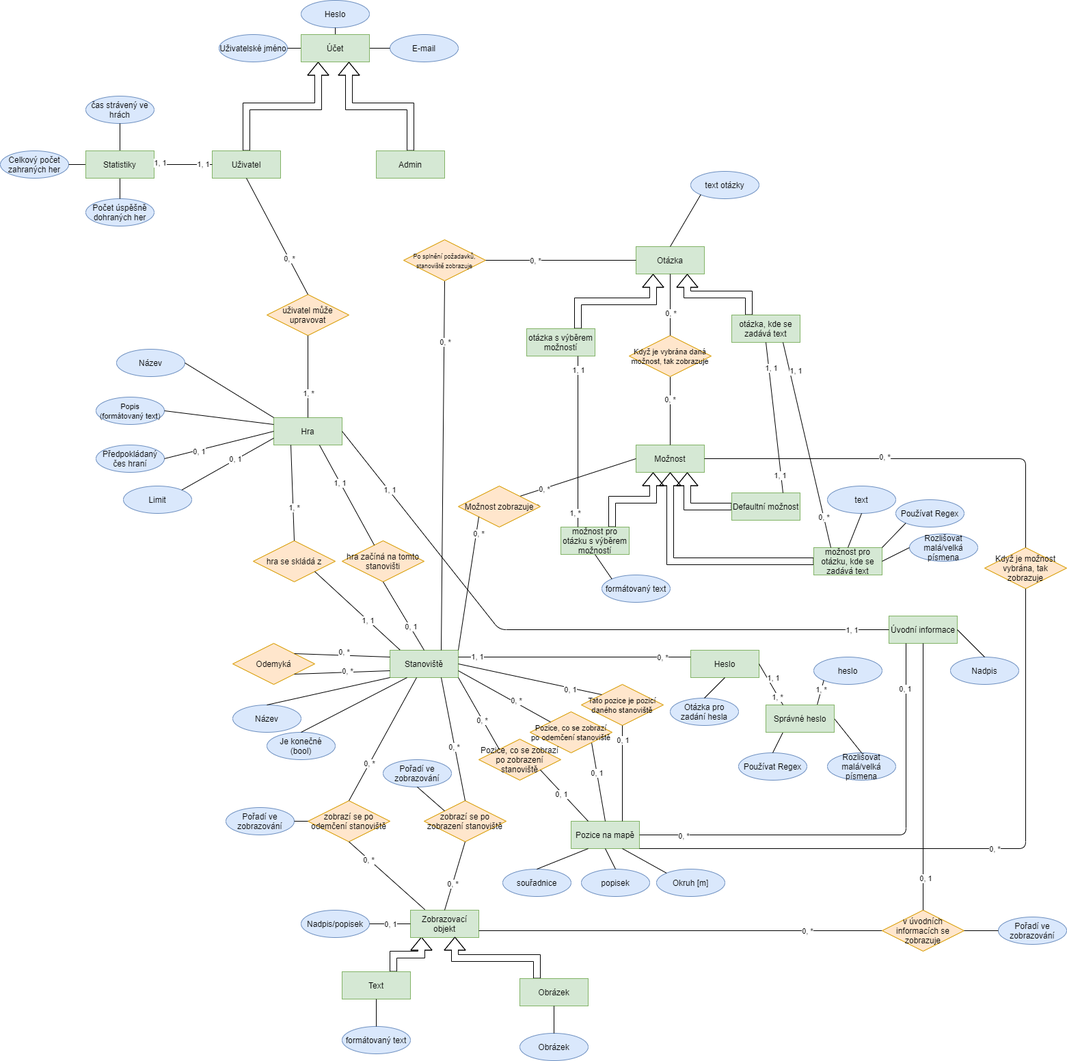
The draw.io diagram ER projekt SemPrg Jan Slíva.png in Jan-Sliva/Project_mobile_app, before a commit. Source tidied: cells renumbered, new cells last; positions are measured from the earlier drawing's top-left corner, leaving out a move shared by most shapes.
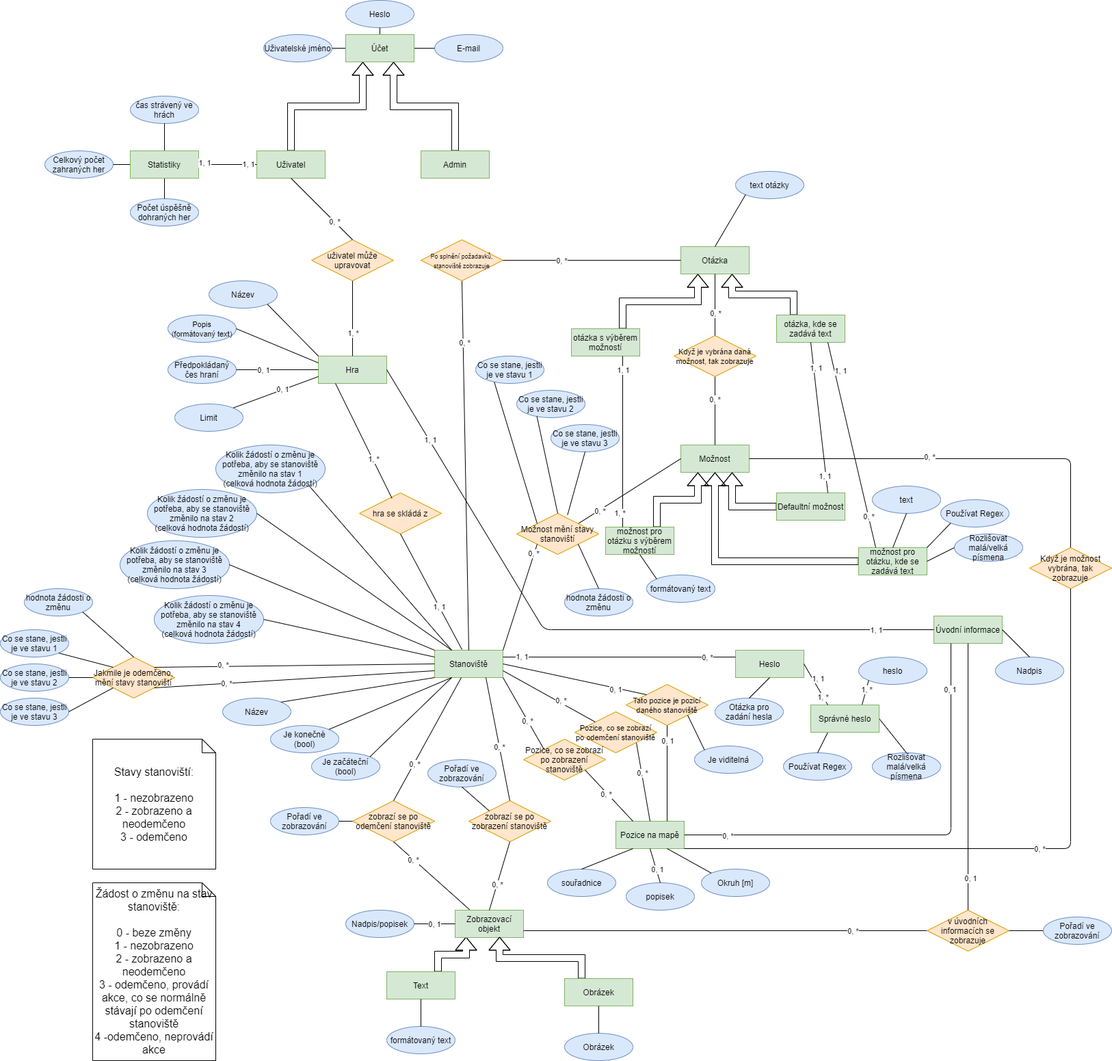
The same diagram one commit later.

Diff of the diagram source:
```diff
@@ -5,3 +5,3 @@
     <mxCell id="2" value="Hra" style="whiteSpace=wrap;html=1;align=center;fillColor=#d5e8d4;strokeColor=#82b366;" parent="1" vertex="1">
-      <mxGeometry x="400" y="610" width="100" height="40" as="geometry" />
+      <mxGeometry x="400" y="520" width="100" height="40" as="geometry" />
     </mxCell>
@@ -74,12 +74,9 @@
     <mxCell id="25" value="uživatel může upravovat" style="shape=rhombus;perimeter=rhombusPerimeter;whiteSpace=wrap;html=1;align=center;fillColor=#ffe6cc;strokeColor=#d79b00;" parent="1" vertex="1">
-      <mxGeometry x="390" y="430" width="120" height="60" as="geometry" />
+      <mxGeometry x="390" y="350" width="120" height="60" as="geometry" />
     </mxCell>
     <mxCell id="26" value="hra se skládá z" style="shape=rhombus;perimeter=rhombusPerimeter;whiteSpace=wrap;html=1;align=center;fillColor=#ffe6cc;strokeColor=#d79b00;" parent="1" vertex="1">
-      <mxGeometry x="370" y="790" width="120" height="60" as="geometry" />
+      <mxGeometry x="460" y="720" width="120" height="60" as="geometry" />
     </mxCell>
-    <mxCell id="27" value="hra začíná na tomto stanovišti" style="shape=rhombus;perimeter=rhombusPerimeter;whiteSpace=wrap;html=1;align=center;fillColor=#ffe6cc;strokeColor=#d79b00;" parent="1" vertex="1">
-      <mxGeometry x="500" y="790" width="120" height="60" as="geometry" />
-    </mxCell>
-    <mxCell id="28" value="Odemyká" style="shape=rhombus;perimeter=rhombusPerimeter;whiteSpace=wrap;html=1;align=center;fillColor=#ffe6cc;strokeColor=#d79b00;" parent="1" vertex="1">
-      <mxGeometry x="340" y="940" width="120" height="60" as="geometry" />
+    <mxCell id="28" value="Jakmile je odemčeno, mění stavy stanoviští" style="shape=rhombus;perimeter=rhombusPerimeter;whiteSpace=wrap;html=1;align=center;fillColor=#ffe6cc;strokeColor=#d79b00;" parent="1" vertex="1">
+      <mxGeometry x="70" y="960" width="120" height="60" as="geometry" />
     </mxCell>
@@ -91,3 +88,3 @@
     </mxCell>
-    <mxCell id="31" style="endArrow=none;html=1;exitX=0.5;exitY=0;exitDx=0;exitDy=0;entryX=0.25;entryY=1;entryDx=0;entryDy=0;" parent="1" edge="1" source="26" target="2">
+    <mxCell id="31" style="endArrow=none;html=1;exitX=0.397;exitY=0.132;exitDx=0;exitDy=0;entryX=0.25;entryY=1;entryDx=0;entryDy=0;exitPerimeter=0;" parent="1" edge="1" source="26" target="2">
       <mxGeometry relative="1" as="geometry" />
@@ -97,10 +94,6 @@
     </mxCell>
-    <mxCell id="33" style="endArrow=none;html=1;entryX=0.669;entryY=1.003;entryDx=0;entryDy=0;entryPerimeter=0;" parent="1" edge="1" source="27" target="2">
-      <mxGeometry relative="1" as="geometry" />
-    </mxCell>
-    <mxCell id="34" value="1, 1" style="edgeLabel;html=1;align=center;verticalAlign=middle;" parent="33" vertex="1">
-      <mxGeometry x="0.24" y="1" relative="1" as="geometry" />
-    </mxCell>
-    <mxCell id="35" style="endArrow=none;html=1;entryX=1;entryY=1;entryDx=0;entryDy=0;exitX=0.145;exitY=-0.014;exitDx=0;exitDy=0;exitPerimeter=0;" parent="1" edge="1" source="3" target="26">
-      <mxGeometry relative="1" as="geometry" />
+    <mxCell id="35" style="endArrow=none;html=1;entryX=0.5;entryY=1;entryDx=0;entryDy=0;" parent="1" edge="1" target="26">
+      <mxGeometry relative="1" as="geometry">
+        <mxPoint x="610" y="949" as="sourcePoint" />
+      </mxGeometry>
     </mxCell>
@@ -109,8 +102,2 @@
     </mxCell>
-    <mxCell id="37" style="endArrow=none;html=1;exitX=0.5;exitY=0;exitDx=0;exitDy=0;entryX=0.5;entryY=1;entryDx=0;entryDy=0;" parent="1" edge="1" source="3" target="27">
-      <mxGeometry relative="1" as="geometry" />
-    </mxCell>
-    <mxCell id="38" value="0, 1" style="edgeLabel;html=1;align=center;verticalAlign=middle;" parent="37" vertex="1">
-      <mxGeometry x="-0.31" y="-1" relative="1" as="geometry" />
-    </mxCell>
     <mxCell id="39" value="Úvodní informace" style="whiteSpace=wrap;html=1;align=center;fillColor=#d5e8d4;strokeColor=#82b366;" parent="1" vertex="1">
@@ -141,3 +128,3 @@
     </mxCell>
-    <mxCell id="45" style="endArrow=none;html=1;entryX=0;entryY=0.25;entryDx=0;entryDy=0;exitX=1;exitY=0;exitDx=0;exitDy=0;" parent="1" edge="1" source="28" target="3">
+    <mxCell id="45" style="endArrow=none;html=1;entryX=0;entryY=0.5;entryDx=0;entryDy=0;exitX=1;exitY=0;exitDx=0;exitDy=0;" parent="1" edge="1" source="28" target="3">
       <mxGeometry relative="1" as="geometry" />
@@ -178,3 +165,3 @@
     </mxCell>
-    <mxCell id="54" style="endArrow=none;html=1;entryX=0.75;entryY=0;entryDx=0;entryDy=0;exitX=0.5;exitY=1;exitDx=0;exitDy=0;" parent="1" edge="1" source="74" target="3">
+    <mxCell id="54" style="endArrow=none;html=1;entryX=0.5;entryY=0;entryDx=0;entryDy=0;exitX=0.5;exitY=1;exitDx=0;exitDy=0;" parent="1" edge="1" source="74" target="3">
       <mxGeometry relative="1" as="geometry" />
@@ -224,7 +211,2 @@
     </mxCell>
-    <mxCell id="66" value="0, *" style="edgeLabel;html=1;align=center;verticalAlign=middle;" parent="65" vertex="1">
-      <mxGeometry x="-0.22" y="1" relative="1" as="geometry">
-        <mxPoint x="-84.2" y="48.2" as="offset" />
-      </mxGeometry>
-    </mxCell>
     <mxCell id="67" value="0, *" style="edgeLabel;html=1;align=center;verticalAlign=middle;" parent="65" vertex="1">
@@ -232,4 +214,4 @@
     </mxCell>
-    <mxCell id="68" value="Možnost zobrazuje" style="shape=rhombus;perimeter=rhombusPerimeter;whiteSpace=wrap;html=1;align=center;fillColor=#ffe6cc;strokeColor=#d79b00;" parent="1" vertex="1">
-      <mxGeometry x="670" y="710" width="120" height="60" as="geometry" />
+    <mxCell id="68" value="Možnost mění stavy stanoviští" style="shape=rhombus;perimeter=rhombusPerimeter;whiteSpace=wrap;html=1;align=center;fillColor=#ffe6cc;strokeColor=#d79b00;" parent="1" vertex="1">
+      <mxGeometry x="690" y="750" width="120" height="60" as="geometry" />
     </mxCell>
@@ -253,3 +235,3 @@
     <mxCell id="74" value="&lt;font style=&quot;font-size: 9px&quot;&gt;Po splnění požadavků, stanoviště zobrazuje&lt;/font&gt;" style="shape=rhombus;perimeter=rhombusPerimeter;whiteSpace=wrap;html=1;align=center;fillColor=#ffe6cc;strokeColor=#d79b00;" parent="1" vertex="1">
-      <mxGeometry x="590" y="350" width="120" height="60" as="geometry" />
+      <mxGeometry x="550" y="350" width="120" height="60" as="geometry" />
     </mxCell>
@@ -270,9 +252,9 @@
     <mxCell id="79" value="Název" style="ellipse;whiteSpace=wrap;html=1;align=center;fillColor=#dae8fc;strokeColor=#6c8ebf;" parent="1" vertex="1">
-      <mxGeometry x="170" y="510" width="100" height="40" as="geometry" />
+      <mxGeometry x="240" y="410" width="100" height="40" as="geometry" />
     </mxCell>
     <mxCell id="80" value="Limit" style="ellipse;whiteSpace=wrap;html=1;align=center;fillColor=#dae8fc;strokeColor=#6c8ebf;" parent="1" vertex="1">
-      <mxGeometry x="180" y="710" width="100" height="40" as="geometry" />
+      <mxGeometry x="190" y="590" width="100" height="40" as="geometry" />
     </mxCell>
     <mxCell id="81" value="Název" style="ellipse;whiteSpace=wrap;html=1;align=center;fillColor=#dae8fc;strokeColor=#6c8ebf;" parent="1" vertex="1">
-      <mxGeometry x="340" y="1030" width="100" height="40" as="geometry" />
+      <mxGeometry x="260" y="1020" width="100" height="40" as="geometry" />
     </mxCell>
@@ -306,3 +288,3 @@
     <mxCell id="91" value="popisek" style="ellipse;whiteSpace=wrap;html=1;align=center;fillColor=#dae8fc;strokeColor=#6c8ebf;" parent="1" vertex="1">
-      <mxGeometry x="850" y="1270" width="100" height="40" as="geometry" />
+      <mxGeometry x="850" y="1290" width="100" height="40" as="geometry" />
     </mxCell>
@@ -344,3 +326,3 @@
     </mxCell>
-    <mxCell id="104" style="endArrow=none;html=1;entryX=0;entryY=0;entryDx=0;entryDy=0;exitX=1;exitY=0.5;exitDx=0;exitDy=0;" parent="1" edge="1" source="79" target="2">
+    <mxCell id="104" style="endArrow=none;html=1;entryX=0;entryY=0;entryDx=0;entryDy=0;exitX=1;exitY=1;exitDx=0;exitDy=0;" parent="1" edge="1" source="79" target="2">
       <mxGeometry relative="1" as="geometry" />
@@ -353,3 +335,3 @@
     </mxCell>
-    <mxCell id="107" style="endArrow=none;html=1;entryX=0;entryY=1;entryDx=0;entryDy=0;exitX=0.5;exitY=0;exitDx=0;exitDy=0;" parent="1" edge="1" source="81" target="3">
+    <mxCell id="107" style="endArrow=none;html=1;entryX=0;entryY=1;entryDx=0;entryDy=0;exitX=1;exitY=0;exitDx=0;exitDy=0;" parent="1" edge="1" source="81" target="3">
       <mxGeometry relative="1" as="geometry" />
@@ -374,2 +356,7 @@
     </mxCell>
+    <mxCell id="38" value="0, 1" style="edgeLabel;html=1;align=center;verticalAlign=middle;" parent="113" vertex="1">
+      <mxGeometry x="-0.43" y="-1" relative="1" as="geometry">
+        <mxPoint x="-1.6" y="-5.3" as="offset" />
+      </mxGeometry>
+    </mxCell>
     <mxCell id="114" style="endArrow=none;html=1;entryX=0.5;entryY=1;entryDx=0;entryDy=0;exitX=0.5;exitY=0;exitDx=0;exitDy=0;" parent="1" edge="1" source="83" target="5">
@@ -401,5 +388,5 @@
     <mxCell id="122" value="Je konečné&lt;br&gt;(bool)" style="ellipse;whiteSpace=wrap;html=1;align=center;fillColor=#dae8fc;strokeColor=#6c8ebf;" parent="1" vertex="1">
-      <mxGeometry x="390" y="1070" width="100" height="40" as="geometry" />
+      <mxGeometry x="330" y="1060" width="100" height="40" as="geometry" />
     </mxCell>
-    <mxCell id="123" style="endArrow=none;html=1;exitX=0.5;exitY=0;exitDx=0;exitDy=0;entryX=0.25;entryY=1;entryDx=0;entryDy=0;" parent="1" edge="1" source="122" target="3">
+    <mxCell id="123" style="endArrow=none;html=1;exitX=1;exitY=0;exitDx=0;exitDy=0;entryX=0.25;entryY=1;entryDx=0;entryDy=0;" parent="1" edge="1" source="122" target="3">
       <mxGeometry relative="1" as="geometry" />
@@ -407,6 +394,6 @@
     <mxCell id="124" value="Předpokládaný čes hraní" style="ellipse;whiteSpace=wrap;html=1;align=center;fillColor=#dae8fc;strokeColor=#6c8ebf;" parent="1" vertex="1">
-      <mxGeometry x="140" y="650" width="100" height="40" as="geometry" />
+      <mxGeometry x="180" y="520" width="100" height="40" as="geometry" />
     </mxCell>
     <mxCell id="125" value="&lt;font style=&quot;font-size: 11px&quot;&gt;Popis&lt;br&gt;(formátovaný text)&lt;/font&gt;" style="ellipse;whiteSpace=wrap;html=1;align=center;fillColor=#dae8fc;strokeColor=#6c8ebf;" parent="1" vertex="1">
-      <mxGeometry x="140" y="580" width="100" height="40" as="geometry" />
+      <mxGeometry x="180" y="460" width="100" height="40" as="geometry" />
     </mxCell>
@@ -549,3 +536,3 @@
     </mxCell>
-    <mxCell id="165" value="0, 1" style="edgeLabel;html=1;align=center;verticalAlign=middle;" parent="164" vertex="1">
+    <mxCell id="165" value="0, *" style="edgeLabel;html=1;align=center;verticalAlign=middle;" parent="164" vertex="1">
       <mxGeometry x="0.23" relative="1" as="geometry" />
@@ -575,3 +562,3 @@
     </mxCell>
-    <mxCell id="173" value="0, 1" style="edgeLabel;html=1;align=center;verticalAlign=middle;" parent="172" vertex="1">
+    <mxCell id="173" value="0, *" style="edgeLabel;html=1;align=center;verticalAlign=middle;" parent="172" vertex="1">
       <mxGeometry x="-0.29" y="-2" relative="1" as="geometry">
@@ -637,2 +624,95 @@
     </mxCell>
+    <mxCell id="193" value="Je viditelná" style="ellipse;whiteSpace=wrap;html=1;align=center;fillColor=#dae8fc;strokeColor=#6c8ebf;" parent="1" vertex="1">
+      <mxGeometry x="950" y="1090" width="100" height="40" as="geometry" />
+    </mxCell>
+    <mxCell id="194" style="endArrow=none;html=1;exitX=1;exitY=1;exitDx=0;exitDy=0;entryX=0;entryY=0;entryDx=0;entryDy=0;" parent="1" edge="1" source="159" target="193">
+      <mxGeometry relative="1" as="geometry" />
+    </mxCell>
+    <mxCell id="195" value="Co se stane, jestli je ve stavu 1" style="ellipse;whiteSpace=wrap;html=1;align=center;fillColor=#dae8fc;strokeColor=#6c8ebf;" parent="1" vertex="1">
+      <mxGeometry x="-65" y="920" width="100" height="40" as="geometry" />
+    </mxCell>
+    <mxCell id="196" style="endArrow=none;html=1;exitX=0;exitY=0.5;exitDx=0;exitDy=0;entryX=1;entryY=0.5;entryDx=0;entryDy=0;" parent="1" edge="1" source="28" target="198">
+      <mxGeometry relative="1" as="geometry" />
+    </mxCell>
+    <mxCell id="197" style="endArrow=none;html=1;exitX=0;exitY=0;exitDx=0;exitDy=0;entryX=1;entryY=1;entryDx=0;entryDy=0;" parent="1" edge="1" source="28" target="195">
+      <mxGeometry relative="1" as="geometry" />
+    </mxCell>
+    <mxCell id="198" value="Co se stane, jestli je ve stavu 2" style="ellipse;whiteSpace=wrap;html=1;align=center;fillColor=#dae8fc;strokeColor=#6c8ebf;" parent="1" vertex="1">
+      <mxGeometry x="-65" y="970" width="100" height="40" as="geometry" />
+    </mxCell>
+    <mxCell id="199" value="Co se stane, jestli je ve stavu 3" style="ellipse;whiteSpace=wrap;html=1;align=center;fillColor=#dae8fc;strokeColor=#6c8ebf;" parent="1" vertex="1">
+      <mxGeometry x="-65" y="1020" width="100" height="40" as="geometry" />
+    </mxCell>
+    <mxCell id="200" style="endArrow=none;html=1;exitX=1;exitY=0.5;exitDx=0;exitDy=0;entryX=0;entryY=1;entryDx=0;entryDy=0;" parent="1" edge="1" source="199" target="28">
+      <mxGeometry relative="1" as="geometry" />
+    </mxCell>
+    <mxCell id="201" value="Co se stane, jestli je ve stavu 1" style="ellipse;whiteSpace=wrap;html=1;align=center;fillColor=#dae8fc;strokeColor=#6c8ebf;" parent="1" vertex="1">
+      <mxGeometry x="630" y="520" width="100" height="40" as="geometry" />
+    </mxCell>
+    <mxCell id="202" value="Co se stane, jestli je ve stavu 2" style="ellipse;whiteSpace=wrap;html=1;align=center;fillColor=#dae8fc;strokeColor=#6c8ebf;" parent="1" vertex="1">
+      <mxGeometry x="690" y="570" width="100" height="40" as="geometry" />
+    </mxCell>
+    <mxCell id="203" value="Co se stane, jestli je ve stavu 3" style="ellipse;whiteSpace=wrap;html=1;align=center;fillColor=#dae8fc;strokeColor=#6c8ebf;" parent="1" vertex="1">
+      <mxGeometry x="740" y="620" width="100" height="40" as="geometry" />
+    </mxCell>
+    <mxCell id="204" style="endArrow=none;html=1;entryX=0.273;entryY=0.953;entryDx=0;entryDy=0;exitX=0;exitY=0;exitDx=0;exitDy=0;entryPerimeter=0;" parent="1" edge="1" source="68" target="201">
+      <mxGeometry relative="1" as="geometry" />
+    </mxCell>
+    <mxCell id="205" style="endArrow=none;html=1;exitX=0.5;exitY=0;exitDx=0;exitDy=0;entryX=0.296;entryY=0.953;entryDx=0;entryDy=0;entryPerimeter=0;" parent="1" edge="1" source="68" target="202">
+      <mxGeometry relative="1" as="geometry" />
+    </mxCell>
+    <mxCell id="206" style="endArrow=none;html=1;exitX=0.5;exitY=1;exitDx=0;exitDy=0;entryX=0.62;entryY=0.037;entryDx=0;entryDy=0;entryPerimeter=0;" parent="1" edge="1" source="203" target="68">
+      <mxGeometry relative="1" as="geometry" />
+    </mxCell>
+    <mxCell id="207" value="&lt;font style=&quot;font-size: 16px&quot;&gt;Stavy stanoviští:&lt;br&gt;&lt;br&gt;1 - nezobrazeno&lt;br&gt;2 - zobrazeno a neodemčeno&lt;br&gt;3 - odemčeno&lt;/font&gt;" style="shape=note;size=20;whiteSpace=wrap;html=1;" parent="1" vertex="1">
+      <mxGeometry x="70" y="1080" width="180" height="190" as="geometry" />
+    </mxCell>
+    <mxCell id="208" value="&lt;span style=&quot;font-size: 16px&quot;&gt;Žádost o změnu na stav stanoviště:&lt;br&gt;&lt;br&gt;0 - beze změny&lt;br&gt;1 - nezobrazeno&lt;br&gt;2 - zobrazeno a neodemčeno&lt;br&gt;3 - odemčeno, provádí akce, co se normálně stávají po odemčení stanoviště&lt;br&gt;4 -odemčeno, neprovádí akce&lt;br&gt;&lt;/span&gt;" style="shape=note;size=20;whiteSpace=wrap;html=1;" parent="1" vertex="1">
+      <mxGeometry x="70" y="1290" width="180" height="260" as="geometry" />
+    </mxCell>
+    <mxCell id="209" value="Je začáteční&lt;br&gt;(bool)" style="ellipse;whiteSpace=wrap;html=1;align=center;fillColor=#dae8fc;strokeColor=#6c8ebf;" parent="1" vertex="1">
+      <mxGeometry x="390" y="1100" width="100" height="40" as="geometry" />
+    </mxCell>
+    <mxCell id="210" style="endArrow=none;html=1;exitX=1;exitY=0;exitDx=0;exitDy=0;entryX=0.25;entryY=1;entryDx=0;entryDy=0;" parent="1" edge="1" source="209" target="3">
+      <mxGeometry relative="1" as="geometry" />
+    </mxCell>
+    <mxCell id="211" value="Kolik žádostí o změnu je potřeba, aby se stanoviště změnilo na stav 1&lt;br&gt;(celková hodnota žádostí)" style="ellipse;whiteSpace=wrap;html=1;align=center;fillColor=#dae8fc;strokeColor=#6c8ebf;" parent="1" vertex="1">
+      <mxGeometry x="250" y="650" width="160" height="70" as="geometry" />
+    </mxCell>
+    <mxCell id="212" value="Kolik žádostí o změnu je potřeba, aby se stanoviště změnilo na stav 2&lt;br&gt;(celková hodnota žádostí)" style="ellipse;whiteSpace=wrap;html=1;align=center;fillColor=#dae8fc;strokeColor=#6c8ebf;" parent="1" vertex="1">
+      <mxGeometry x="150" y="715" width="160" height="70" as="geometry" />
+    </mxCell>
+    <mxCell id="213" value="Kolik žádostí o změnu je potřeba, aby se stanoviště změnilo na stav 3&lt;br&gt;(celková hodnota žádostí)" style="ellipse;whiteSpace=wrap;html=1;align=center;fillColor=#dae8fc;strokeColor=#6c8ebf;" parent="1" vertex="1">
+      <mxGeometry x="110" y="790" width="160" height="70" as="geometry" />
+    </mxCell>
+    <mxCell id="214" value="Kolik žádostí o změnu je potřeba, aby se stanoviště změnilo na stav 4&lt;br&gt;(celková hodnota žádostí)" style="ellipse;whiteSpace=wrap;html=1;align=center;fillColor=#dae8fc;strokeColor=#6c8ebf;" parent="1" vertex="1">
+      <mxGeometry x="160" y="870" width="160" height="70" as="geometry" />
+    </mxCell>
+    <mxCell id="215" style="endArrow=none;html=1;entryX=1;entryY=1;entryDx=0;entryDy=0;exitX=0.25;exitY=0;exitDx=0;exitDy=0;" parent="1" edge="1" source="3" target="211">
+      <mxGeometry relative="1" as="geometry" />
+    </mxCell>
+    <mxCell id="216" style="endArrow=none;html=1;entryX=1;entryY=0.5;entryDx=0;entryDy=0;exitX=0.25;exitY=0;exitDx=0;exitDy=0;" parent="1" edge="1" source="3" target="212">
+      <mxGeometry relative="1" as="geometry" />
+    </mxCell>
+    <mxCell id="217" style="endArrow=none;html=1;entryX=1;entryY=0.5;entryDx=0;entryDy=0;exitX=0;exitY=0;exitDx=0;exitDy=0;" parent="1" edge="1" source="3" target="213">
+      <mxGeometry relative="1" as="geometry" />
+    </mxCell>
+    <mxCell id="218" style="endArrow=none;html=1;entryX=1;entryY=0.5;entryDx=0;entryDy=0;exitX=0;exitY=0.25;exitDx=0;exitDy=0;" parent="1" edge="1" source="3" target="214">
+      <mxGeometry relative="1" as="geometry" />
+    </mxCell>
+    <mxCell id="219" value="hodnota žádosti o změnu" style="ellipse;whiteSpace=wrap;html=1;align=center;fillColor=#dae8fc;strokeColor=#6c8ebf;" parent="1" vertex="1">
+      <mxGeometry x="-30" y="860" width="100" height="40" as="geometry" />
+    </mxCell>
+    <mxCell id="220" style="endArrow=none;html=1;exitX=0.5;exitY=0;exitDx=0;exitDy=0;entryX=1;entryY=1;entryDx=0;entryDy=0;" parent="1" edge="1" source="28" target="219">
+      <mxGeometry relative="1" as="geometry" />
+    </mxCell>
+    <mxCell id="221" value="hodnota žádosti o změnu" style="ellipse;whiteSpace=wrap;html=1;align=center;fillColor=#dae8fc;strokeColor=#6c8ebf;" parent="1" vertex="1">
+      <mxGeometry x="760" y="860" width="100" height="40" as="geometry" />
+    </mxCell>
+    <mxCell id="222" style="endArrow=none;html=1;exitX=0.5;exitY=0;exitDx=0;exitDy=0;entryX=1;entryY=1;entryDx=0;entryDy=0;" parent="1" edge="1" source="221" target="68">
+      <mxGeometry relative="1" as="geometry" />
+    </mxCell>
+    <mxCell id="223" style="edgeStyle=orthogonalEdgeStyle;rounded=0;orthogonalLoop=1;jettySize=auto;html=1;exitX=0.5;exitY=1;exitDx=0;exitDy=0;" parent="1" edge="1" source="202" target="202">
+      <mxGeometry relative="1" as="geometry" />
+    </mxCell>
   </root>
```
